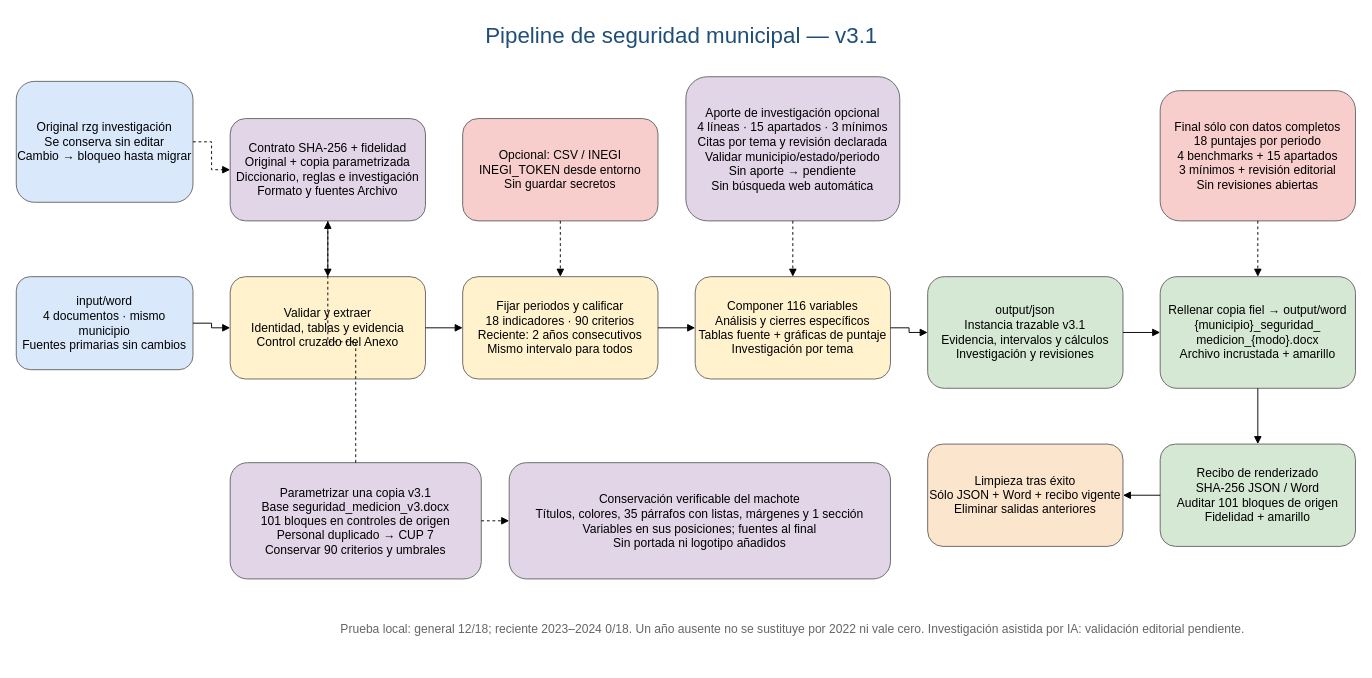
Earlier version of the draw.io diagram flujo_pipeline.drawio (lehcimhdz/pipeline-seguridad-municipios). Source tidied: cells renumbered, new cells numbered last; positions are measured from the earlier drawing's top-left corner, leaving out a move shared by most shapes. Both pictures are drawn from the tidied source at 93%, with x=0, y=0 at pixel (16, 16).
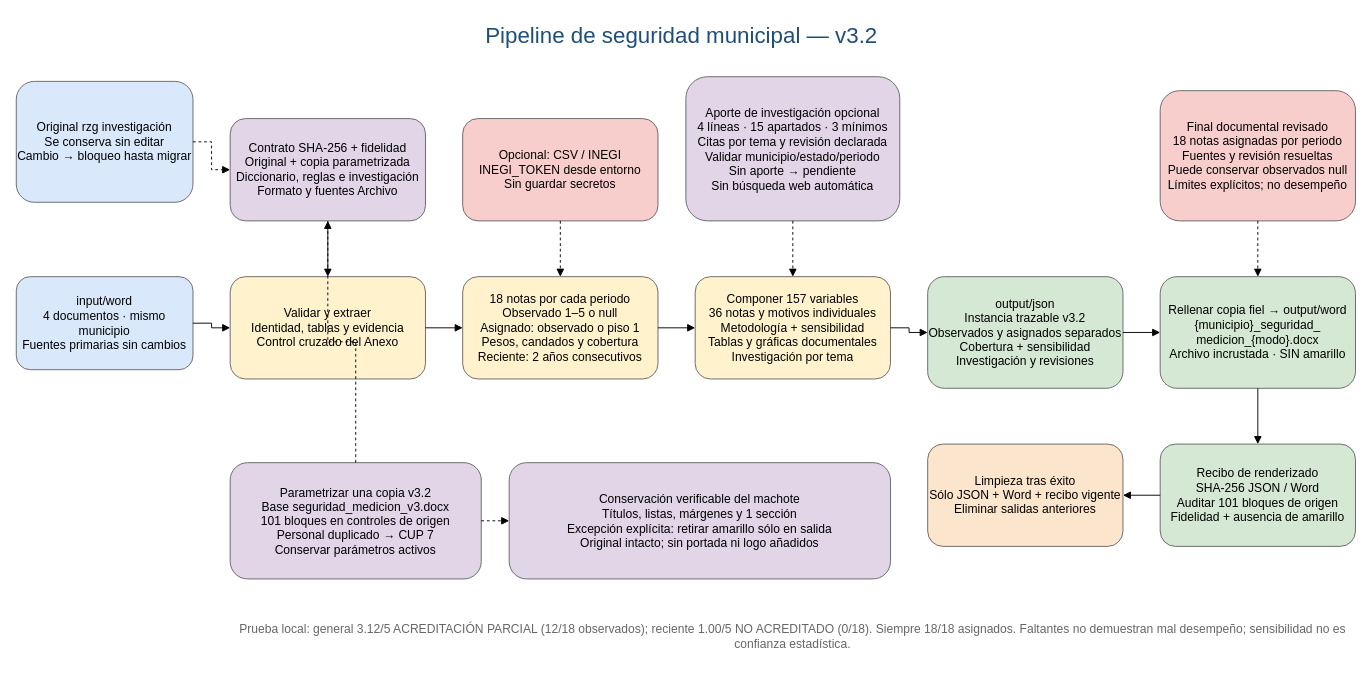
The same diagram, later.

The edit, as a diff of the source:
```diff
@@
-    <mxCell id="2" value="Pipeline de seguridad municipal — v3.1" style="text;html=1;fontSize=24;align=center;fontColor=#1f4e78;" parent="1" vertex="1">
+    <mxCell id="2" value="Pipeline de seguridad municipal — v3.2" style="text;html=1;fontSize=24;align=center;fontColor=#1f4e78;" parent="1" vertex="1">
       <mxGeometry x="390" width="650" height="40" as="geometry" />
     </mxCell>
@@
-    <mxCell id="6" value="Fijar periodos y calificar&#10;18 indicadores · 90 criterios&#10;Reciente: 2 años consecutivos&#10;Mismo intervalo para todos" style="rounded=1;whiteSpace=wrap;html=1;fillColor=#fff2cc;strokeColor=#666666;fontSize=13;" parent="1" vertex="1">
+    <mxCell id="6" value="18 notas por cada periodo&#10;Observado 1–5 o null&#10;Asignado: observado o piso 1&#10;Pesos, candados y cobertura&#10;Reciente: 2 años consecutivos" style="rounded=1;whiteSpace=wrap;html=1;fillColor=#fff2cc;strokeColor=#666666;fontSize=13;" parent="1" vertex="1">
       <mxGeometry x="480" y="280" width="210" height="110" as="geometry" />
     </mxCell>
@@
-    <mxCell id="8" value="Componer 116 variables&#10;Análisis y cierres específicos&#10;Tablas fuente + gráficas de puntaje&#10;Investigación por tema" style="rounded=1;whiteSpace=wrap;html=1;fillColor=#fff2cc;strokeColor=#666666;fontSize=13;" parent="1" vertex="1">
+    <mxCell id="8" value="Componer 157 variables&#10;36 notas y motivos individuales&#10;Metodología + sensibilidad&#10;Tablas y gráficas documentales&#10;Investigación por tema" style="rounded=1;whiteSpace=wrap;html=1;fillColor=#fff2cc;strokeColor=#666666;fontSize=13;" parent="1" vertex="1">
       <mxGeometry x="730" y="280" width="210" height="110" as="geometry" />
     </mxCell>
@@
-    <mxCell id="10" value="output/json&#10;Instancia trazable v3.1&#10;Evidencia, intervalos y cálculos&#10;Investigación y revisiones" style="rounded=1;whiteSpace=wrap;html=1;fillColor=#d5e8d4;strokeColor=#666666;fontSize=13;" parent="1" vertex="1">
+    <mxCell id="10" value="output/json&#10;Instancia trazable v3.2&#10;Observados y asignados separados&#10;Cobertura + sensibilidad&#10;Investigación y revisiones" style="rounded=1;whiteSpace=wrap;html=1;fillColor=#d5e8d4;strokeColor=#666666;fontSize=13;" parent="1" vertex="1">
       <mxGeometry x="980" y="280" width="210" height="120" as="geometry" />
     </mxCell>
-    <mxCell id="11" value="Rellenar copia fiel → output/word&#10;{municipio}_seguridad_&#10;medicion_{modo}.docx&#10;Archivo incrustada + amarillo" style="rounded=1;whiteSpace=wrap;html=1;fillColor=#d5e8d4;strokeColor=#666666;fontSize=13;" parent="1" vertex="1">
+    <mxCell id="11" value="Rellenar copia fiel → output/word&#10;{municipio}_seguridad_&#10;medicion_{modo}.docx&#10;Archivo incrustada · SIN amarillo" style="rounded=1;whiteSpace=wrap;html=1;fillColor=#d5e8d4;strokeColor=#666666;fontSize=13;" parent="1" vertex="1">
       <mxGeometry x="1230" y="280" width="210" height="120" as="geometry" />
     </mxCell>
-    <mxCell id="12" value="Final sólo con datos completos&#10;18 puntajes por periodo&#10;4 benchmarks + 15 apartados&#10;3 mínimos + revisión editorial&#10;Sin revisiones abiertas" style="rounded=1;whiteSpace=wrap;html=1;fillColor=#f8cecc;strokeColor=#666666;fontSize=13;" parent="1" vertex="1">
+    <mxCell id="12" value="Final documental revisado&#10;18 notas asignadas por periodo&#10;Fuentes y revisión resueltas&#10;Puede conservar observados null&#10;Límites explícitos; no desempeño" style="rounded=1;whiteSpace=wrap;html=1;fillColor=#f8cecc;strokeColor=#666666;fontSize=13;" parent="1" vertex="1">
       <mxGeometry x="1230" y="80" width="210" height="140" as="geometry" />
     </mxCell>
-    <mxCell id="13" value="Recibo de renderizado&#10;SHA-256 JSON / Word&#10;Auditar 101 bloques de origen&#10;Fidelidad + amarillo" style="rounded=1;whiteSpace=wrap;html=1;fillColor=#d5e8d4;strokeColor=#666666;fontSize=13;" parent="1" vertex="1">
+    <mxCell id="13" value="Recibo de renderizado&#10;SHA-256 JSON / Word&#10;Auditar 101 bloques de origen&#10;Fidelidad + ausencia de amarillo" style="rounded=1;whiteSpace=wrap;html=1;fillColor=#d5e8d4;strokeColor=#666666;fontSize=13;" parent="1" vertex="1">
       <mxGeometry x="1230" y="460" width="210" height="110" as="geometry" />
     </mxCell>
@@
-    <mxCell id="16" value="Parametrizar una copia v3.1&#10;Base seguridad_medicion_v3.docx&#10;101 bloques en controles de origen&#10;Personal duplicado → CUP 7&#10;Conservar 90 criterios y umbrales" style="rounded=1;whiteSpace=wrap;html=1;fillColor=#e1d5e7;strokeColor=#666666;fontSize=13;" parent="1" vertex="1">
+    <mxCell id="16" value="Parametrizar una copia v3.2&#10;Base seguridad_medicion_v3.docx&#10;101 bloques en controles de origen&#10;Personal duplicado → CUP 7&#10;Conservar parámetros activos" style="rounded=1;whiteSpace=wrap;html=1;fillColor=#e1d5e7;strokeColor=#666666;fontSize=13;" parent="1" vertex="1">
       <mxGeometry x="230" y="480" width="270" height="125" as="geometry" />
     </mxCell>
-    <mxCell id="17" value="Conservación verificable del machote&#10;Títulos, colores, 35 párrafos con listas, márgenes y 1 sección&#10;Variables en sus posiciones; fuentes al final&#10;Sin portada ni logotipo añadidos" style="rounded=1;whiteSpace=wrap;html=1;fillColor=#e1d5e7;strokeColor=#666666;fontSize=13;" parent="1" vertex="1">
+    <mxCell id="17" value="Conservación verificable del machote&#10;Títulos, listas, márgenes y 1 sección&#10;Excepción explícita: retirar amarillo sólo en salida&#10;Original intacto; sin portada ni logo añadidos" style="rounded=1;whiteSpace=wrap;html=1;fillColor=#e1d5e7;strokeColor=#666666;fontSize=13;" parent="1" vertex="1">
       <mxGeometry x="530" y="480" width="410" height="125" as="geometry" />
     </mxCell>
-    <mxCell id="18" value="Prueba local: general 12/18; reciente 2023–2024 0/18. Un año ausente no se sustituye por 2022 ni vale cero. Investigación asistida por IA: validación editorial pendiente." style="text;whiteSpace=wrap;html=1;fontSize=13;align=center;fontColor=#666666;" parent="1" vertex="1">
+    <mxCell id="18" value="Prueba local: general 3.12/5 ACREDITACIÓN PARCIAL (12/18 observados); reciente 1.00/5 NO ACREDITADO (0/18). Siempre 18/18 asignados. Faltantes no demuestran mal desempeño; sensibilidad no es confianza estadística." style="text;whiteSpace=wrap;html=1;fontSize=13;align=center;fontColor=#666666;" parent="1" vertex="1">
       <mxGeometry x="230" y="645" width="1210" height="50" as="geometry" />
     </mxCell>
```
